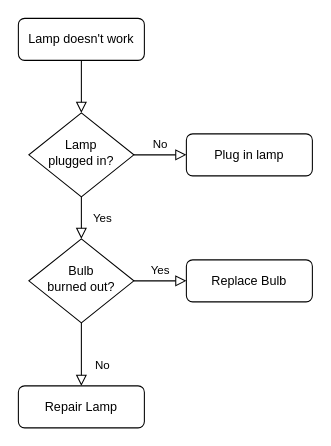
parabolazz/33-js-concepts keeps this draw.io diagram as 未命名绘图.drawio. Above is the earlier version. Source tidied: cells renumbered, new cells numbered last; positions are measured from the earlier drawing's top-left corner, leaving out a move shared by most shapes. Both pictures are drawn from the tidied source at 105%, with x=0, y=0 at pixel (18, 18).
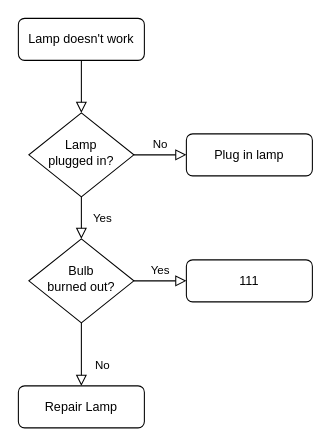
After the change.

The edit, as a diff of the source:
```diff
@@
 <mxGraphModel>
   <root>
     <mxCell id="0" />
     <mxCell id="1" parent="0" />
     <mxCell id="2" style="rounded=0;html=1;jettySize=auto;fontSize=11;endArrow=block;endFill=0;endSize=8;strokeWidth=1;shadow=0;labelBackgroundColor=none;edgeStyle=orthogonalEdgeStyle;" parent="1" edge="1" source="3" target="6">
       <mxGeometry relative="1" as="geometry" />
     </mxCell>
     <mxCell id="3" value="Lamp doesn't work" style="rounded=1;whiteSpace=wrap;html=1;fontSize=12;glass=0;strokeWidth=1;shadow=0;" parent="1" vertex="1">
       <mxGeometry width="120" height="40" as="geometry" />
     </mxCell>
     <mxCell id="4" value="Yes" style="rounded=0;html=1;jettySize=auto;fontSize=11;endArrow=block;endFill=0;endSize=8;strokeWidth=1;shadow=0;labelBackgroundColor=none;edgeStyle=orthogonalEdgeStyle;" parent="1" edge="1" source="6" target="10">
       <mxGeometry y="20" relative="1" as="geometry" />
     </mxCell>
     <mxCell id="5" value="No" style="edgeStyle=orthogonalEdgeStyle;rounded=0;html=1;jettySize=auto;fontSize=11;endArrow=block;endFill=0;endSize=8;strokeWidth=1;shadow=0;labelBackgroundColor=none;" parent="1" edge="1" source="6" target="7">
       <mxGeometry y="10" relative="1" as="geometry" />
     </mxCell>
     <mxCell id="6" value="Lamp&lt;br&gt;plugged in?" style="rhombus;whiteSpace=wrap;html=1;shadow=0;fontFamily=Helvetica;fontSize=12;align=center;strokeWidth=1;spacing=6;spacingTop=-4;" parent="1" vertex="1">
       <mxGeometry x="10" y="90" width="100" height="80" as="geometry" />
     </mxCell>
     <mxCell id="7" value="Plug in lamp" style="rounded=1;whiteSpace=wrap;html=1;fontSize=12;glass=0;strokeWidth=1;shadow=0;" parent="1" vertex="1">
       <mxGeometry x="160" y="110" width="120" height="40" as="geometry" />
     </mxCell>
     <mxCell id="8" value="No" style="rounded=0;html=1;jettySize=auto;fontSize=11;endArrow=block;endFill=0;endSize=8;strokeWidth=1;shadow=0;labelBackgroundColor=none;edgeStyle=orthogonalEdgeStyle;" parent="1" edge="1" source="10" target="11">
       <mxGeometry x="0.33" y="20" relative="1" as="geometry" />
     </mxCell>
     <mxCell id="9" value="Yes" style="edgeStyle=orthogonalEdgeStyle;rounded=0;html=1;jettySize=auto;fontSize=11;endArrow=block;endFill=0;endSize=8;strokeWidth=1;shadow=0;labelBackgroundColor=none;" parent="1" edge="1" source="10" target="12">
       <mxGeometry y="10" relative="1" as="geometry" />
     </mxCell>
     <mxCell id="10" value="Bulb&lt;br&gt;burned out?" style="rhombus;whiteSpace=wrap;html=1;shadow=0;fontFamily=Helvetica;fontSize=12;align=center;strokeWidth=1;spacing=6;spacingTop=-4;" parent="1" vertex="1">
       <mxGeometry x="10" y="210" width="100" height="80" as="geometry" />
     </mxCell>
     <mxCell id="11" value="Repair Lamp" style="rounded=1;whiteSpace=wrap;html=1;fontSize=12;glass=0;strokeWidth=1;shadow=0;" parent="1" vertex="1">
       <mxGeometry y="350" width="120" height="40" as="geometry" />
     </mxCell>
-    <mxCell id="12" value="Replace Bulb" style="rounded=1;whiteSpace=wrap;html=1;fontSize=12;glass=0;strokeWidth=1;shadow=0;" parent="1" vertex="1">
+    <mxCell id="12" value="111" style="rounded=1;whiteSpace=wrap;html=1;fontSize=12;glass=0;strokeWidth=1;shadow=0;" parent="1" vertex="1">
       <mxGeometry x="160" y="230" width="120" height="40" as="geometry" />
     </mxCell>
   </root>
 </mxGraphModel>
```
